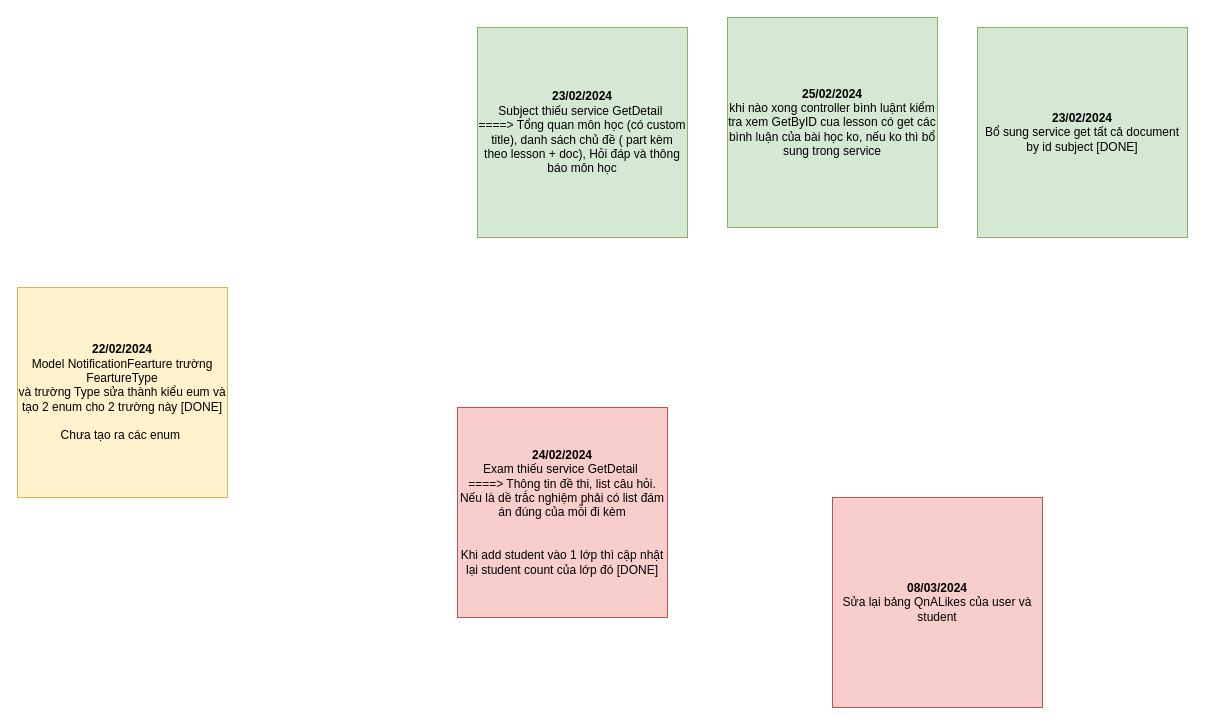
The draw.io diagram page "Note" (3 of 3) of Internship_BACKEND_2024_02_02.01.2024_LamSamChan_LMS - Elibrary_Diagram.drawio in LamSamChan/LMS_ELibrary_BE_Intern_Alta, before the edit. Source tidied: cells renumbered, new cells numbered last; positions are measured from the earlier drawing's top-left corner, leaving out a move shared by most shapes. Both pictures are drawn from the tidied source at 100%, with x=0, y=0 at pixel (17, 17).
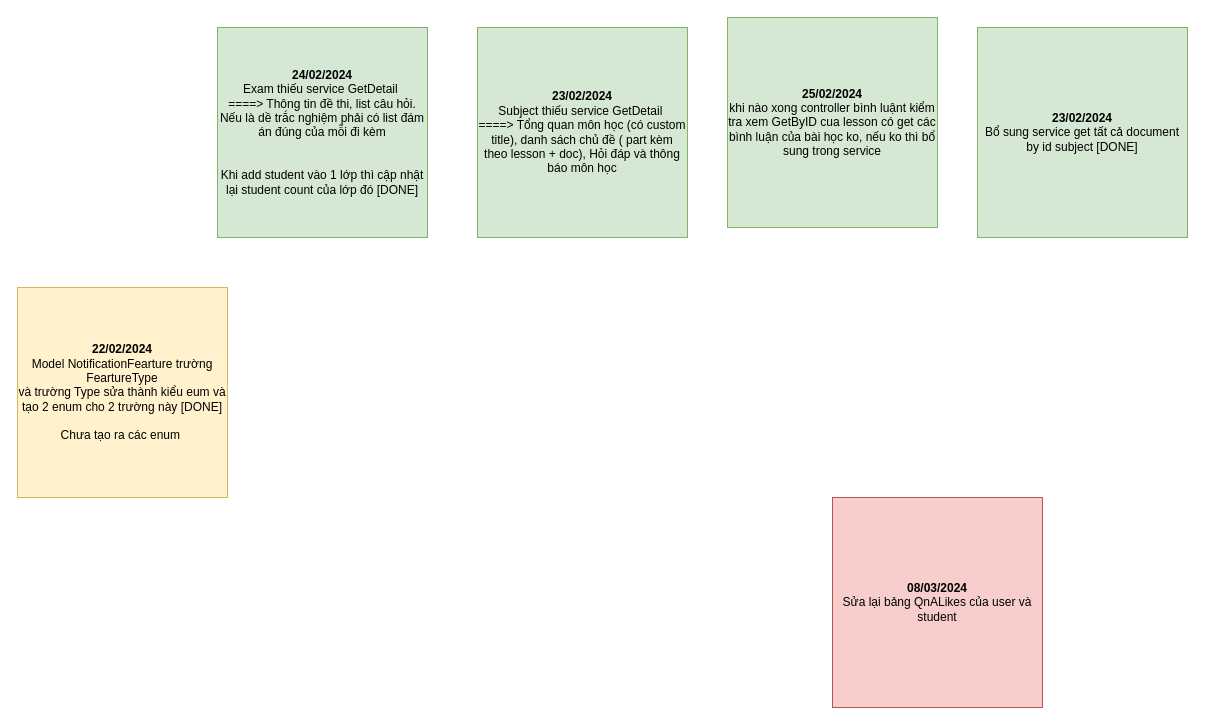
After the change.

Change to the diagram source:
```diff
@@
 <mxGraphModel>
   <root>
     <mxCell id="0" />
     <mxCell id="1" parent="0" />
     <mxCell id="2" value="&lt;b&gt;22/02/2024&lt;br&gt;&lt;/b&gt;Model NotificationFearture trường FeartureType&lt;br&gt;và trường Type sửa thành kiểu eum và tạo 2 enum cho 2 trường này [DONE]&lt;br&gt;&lt;br&gt;Chưa tạo ra các enum&amp;nbsp;" style="whiteSpace=wrap;html=1;fillColor=#fff2cc;strokeColor=#d6b656;" parent="1" vertex="1">
       <mxGeometry y="270" width="210" height="210" as="geometry" />
     </mxCell>
     <mxCell id="3" value="&lt;b&gt;23/02/2024&lt;br&gt;&lt;/b&gt;Bổ sung service get tất cả document by id subject [DONE]" style="whiteSpace=wrap;html=1;fillColor=#d5e8d4;strokeColor=#82b366;" parent="1" vertex="1">
       <mxGeometry x="960" y="10" width="210" height="210" as="geometry" />
     </mxCell>
     <mxCell id="4" value="&lt;b&gt;23/02/2024&lt;br&gt;&lt;/b&gt;Subject thiếu service GetDetail&amp;nbsp;&lt;br&gt;====&amp;gt; Tổng quan môn học (có custom title), danh sách chủ đề ( part kèm theo lesson + doc), Hỏi đáp và thông báo môn học" style="whiteSpace=wrap;html=1;fillColor=#d5e8d4;strokeColor=#82b366;" parent="1" vertex="1">
       <mxGeometry x="460" y="10" width="210" height="210" as="geometry" />
     </mxCell>
-    <mxCell id="5" value="&lt;b&gt;24/02/2024&lt;br&gt;&lt;/b&gt;Exam thiếu service GetDetail&amp;nbsp;&lt;br&gt;====&amp;gt; Thông tin đề thi, list câu hỏi. Nếu là dề trắc nghiệm phải có list đám án đúng của mỗi đi kèm&lt;br&gt;&lt;br&gt;&lt;br&gt;Khi add student vào 1 lớp thì cập nhật lại student count của lớp đó [DONE]" style="whiteSpace=wrap;html=1;fillColor=#f8cecc;strokeColor=#b85450;" parent="1" vertex="1">
-      <mxGeometry x="440" y="390" width="210" height="210" as="geometry" />
+    <mxCell id="5" value="&lt;b&gt;24/02/2024&lt;br&gt;&lt;/b&gt;Exam thiếu service GetDetail&amp;nbsp;&lt;br&gt;====&amp;gt; Thông tin đề thi, list câu hỏi. Nếu là dề trắc nghiệm phải có list đám án đúng của mỗi đi kèm&lt;br&gt;&lt;br&gt;&lt;br&gt;Khi add student vào 1 lớp thì cập nhật lại student count của lớp đó [DONE]" style="whiteSpace=wrap;html=1;fillColor=#d5e8d4;strokeColor=#82b366;" parent="1" vertex="1">
+      <mxGeometry x="200" y="10" width="210" height="210" as="geometry" />
     </mxCell>
     <mxCell id="6" value="&lt;b&gt;25/02/2024&lt;br&gt;&lt;/b&gt;khi nào xong controller bình luậnt kiểm tra xem GetByID cua lesson có get các bình luận của bài học ko, nếu ko thì bổ sung trong service" style="whiteSpace=wrap;html=1;fillColor=#d5e8d4;strokeColor=#82b366;" parent="1" vertex="1">
       <mxGeometry x="710" width="210" height="210" as="geometry" />
     </mxCell>
     <mxCell id="7" value="&lt;b&gt;08/03/2024&lt;br&gt;&lt;/b&gt;Sửa lại bảng&amp;nbsp;QnALikes của user và student" style="whiteSpace=wrap;html=1;fillColor=#f8cecc;strokeColor=#b85450;" parent="1" vertex="1">
       <mxGeometry x="815" y="480" width="210" height="210" as="geometry" />
     </mxCell>
   </root>
 </mxGraphModel>
```
